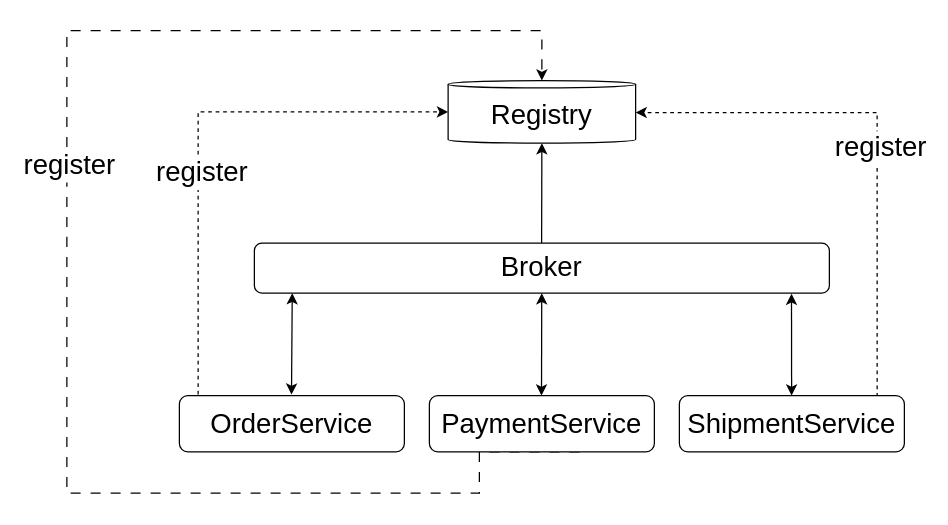
Before: src/images/soa/soa-example.drawio in Beleg-6-EAP/Belegarbeit, a draw.io diagram. Source tidied: cells renumbered, new cells numbered last; positions are measured from the earlier drawing's top-left corner, leaving out a move shared by most shapes. Both pictures are drawn from the tidied source at 125%, with x=0, y=0 at pixel (66, 30).
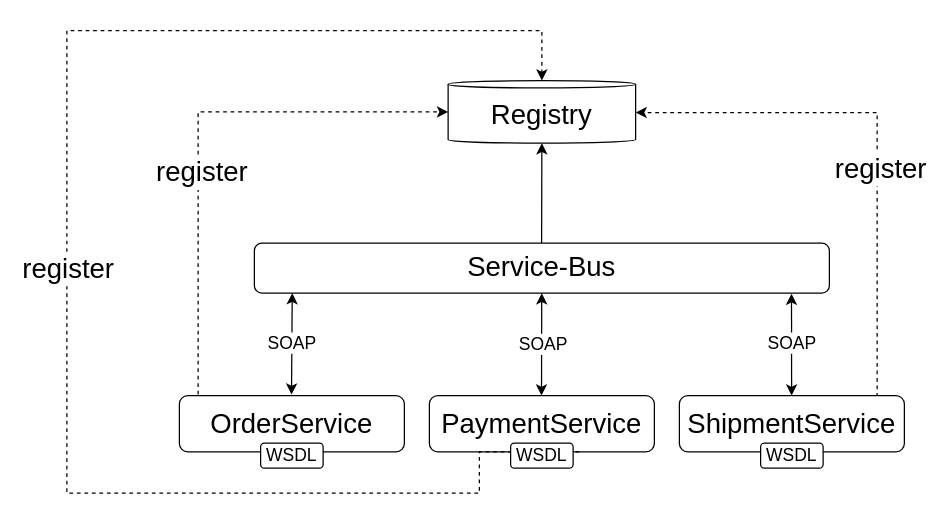
Above is the later version.

Unchanged cells that the change refers to:
```xml
<mxCell id="6" style="edgeStyle=orthogonalEdgeStyle;rounded=0;jettySize=auto;html=1;fontStyle=4;dashed=1;entryX=1.001;entryY=0.57;entryDx=0;entryDy=0;entryPerimeter=0;exitX=0.879;exitY=0.022;exitDx=0;exitDy=0;exitPerimeter=0;" parent="1" edge="1" source="14">
  <mxGeometry relative="1" as="geometry">
    <mxPoint x="455" y="65.5" as="targetPoint" />
    <Array as="points">
      <mxPoint x="648" y="66" />
    </Array>
  </mxGeometry>
</mxCell>
<mxCell id="12" style="endArrow=classic;startArrow=classic;html=1;rounded=0;entryX=0.084;entryY=0.976;entryDx=0;entryDy=0;entryPerimeter=0;exitX=0.223;exitY=-0.008;exitDx=0;exitDy=0;exitPerimeter=0;" parent="1" edge="1">
  <mxGeometry relative="1" as="geometry">
    <mxPoint x="579.8" y="292" as="sourcePoint" />
    <mxPoint x="579.7" y="210.4" as="targetPoint" />
  </mxGeometry>
</mxCell>
<mxCell id="13" value="&lt;font style=&quot;font-size: 22px;&quot;&gt;Registry&lt;/font&gt;" style="shape=cylinder3;whiteSpace=wrap;html=1;boundedLbl=1;backgroundOutline=1;size=2.9206542968748863;" parent="1" vertex="1">
  <mxGeometry x="305" y="40" width="150" height="50" as="geometry" />
</mxCell>
```

Change to the diagram source:
```diff
@@
-    <mxCell id="2" value="&lt;font style=&quot;font-size: 22px;&quot;&gt;Broker&lt;/font&gt;" style="rounded=1;whiteSpace=wrap;html=1;" parent="1" vertex="1">
+    <mxCell id="2" value="&lt;font style=&quot;font-size: 22px;&quot;&gt;Service-Bus&lt;/font&gt;" style="rounded=1;whiteSpace=wrap;html=1;" parent="1" vertex="1">
       <mxGeometry x="150" y="170" width="460" height="40" as="geometry" />
     </mxCell>
-    <mxCell id="3" style="edgeStyle=orthogonalEdgeStyle;rounded=0;jettySize=auto;html=1;dashed=1;dashPattern=8 8;endSize=6;jumpSize=8;entryX=0.5;entryY=0;entryDx=0;entryDy=0;entryPerimeter=0;" parent="1" edge="1" target="13">
-      <mxGeometry relative="1" as="geometry">
-        <mxPoint x="410" y="337" as="sourcePoint" />
-        <Array as="points">
-          <mxPoint x="330" y="337" />
-          <mxPoint x="330" y="370" />
-          <mxPoint y="370" />
-          <mxPoint />
-          <mxPoint x="380" />
-        </Array>
-      </mxGeometry>
-    </mxCell>
-    <mxCell id="4" value="register" style="edgeLabel;html=1;align=center;verticalAlign=middle;fontSize=22;" parent="3" vertex="1">
-      <mxGeometry x="0.16" y="1" relative="1" as="geometry">
-        <mxPoint x="2" y="9" as="offset" />
-      </mxGeometry>
-    </mxCell>
@@
     <mxCell id="7" value="register" style="edgeLabel;html=1;align=center;verticalAlign=middle;fontSize=22;" parent="6" vertex="1">
       <mxGeometry x="-0.18" y="-2" relative="1" as="geometry">
-        <mxPoint y="-27" as="offset" />
+        <mxPoint y="-10" as="offset" />
       </mxGeometry>
     </mxCell>
@@
-    <mxCell id="10" style="endArrow=classic;startArrow=classic;html=1;rounded=0;entryX=0.144;entryY=1.063;entryDx=0;entryDy=0;entryPerimeter=0;exitX=0.777;exitY=-0.017;exitDx=0;exitDy=0;exitPerimeter=0;" parent="1" edge="1">
+    <mxCell id="10" value="&lt;font style=&quot;font-size: 14px;&quot;&gt;SOAP&lt;/font&gt;" style="endArrow=classic;startArrow=classic;html=1;rounded=0;entryX=0.144;entryY=1.063;entryDx=0;entryDy=0;entryPerimeter=0;exitX=0.777;exitY=-0.017;exitDx=0;exitDy=0;exitPerimeter=0;" parent="1" edge="1">
       <mxGeometry relative="1" as="geometry">
         <mxPoint x="179.7" y="291.2" as="sourcePoint" />
         <mxPoint x="180.3" y="210" as="targetPoint" />
       </mxGeometry>
     </mxCell>
@@
+    <mxCell id="17" value="SOAP" style="edgeLabel;html=1;align=center;verticalAlign=middle;fontSize=14;" parent="12" vertex="1">
+      <mxGeometry x="0.05" y="4" relative="1" as="geometry">
+        <mxPoint x="4" as="offset" />
+      </mxGeometry>
+    </mxCell>
@@
+    <mxCell id="18" value="WSDL" style="rounded=1;whiteSpace=wrap;html=1;fontSize=14;" parent="1" vertex="1">
+      <mxGeometry x="155" y="330" width="50" height="20" as="geometry" />
+    </mxCell>
+    <mxCell id="19" style="edgeStyle=orthogonalEdgeStyle;rounded=0;jettySize=auto;html=1;dashed=1;endSize=6;jumpSize=8;entryX=0.5;entryY=0;entryDx=0;entryDy=0;entryPerimeter=0;" parent="1" edge="1" target="13">
+      <mxGeometry relative="1" as="geometry">
+        <mxPoint x="410" y="337" as="sourcePoint" />
+        <Array as="points">
+          <mxPoint x="330" y="337" />
+          <mxPoint x="330" y="370" />
+          <mxPoint y="370" />
+          <mxPoint />
+          <mxPoint x="380" />
+        </Array>
+      </mxGeometry>
+    </mxCell>
+    <mxCell id="20" value="SOAP" style="edgeLabel;html=1;align=center;verticalAlign=middle;fontSize=14;" parent="19" vertex="1">
+      <mxGeometry x="0.9" y="-1" relative="1" as="geometry">
+        <mxPoint x="22" y="249" as="offset" />
+      </mxGeometry>
+    </mxCell>
+    <mxCell id="4" value="&lt;span style=&quot;font-size: 22px;&quot;&gt;register&lt;/span&gt;" style="edgeLabel;html=1;align=center;verticalAlign=middle;" parent="19" vertex="1">
+      <mxGeometry x="-0.17" y="2" relative="1" as="geometry">
+        <mxPoint x="2" y="-111" as="offset" />
+      </mxGeometry>
+    </mxCell>
+    <mxCell id="21" value="WSDL" style="rounded=1;whiteSpace=wrap;html=1;fontSize=14;" parent="1" vertex="1">
+      <mxGeometry x="355" y="330" width="50" height="20" as="geometry" />
+    </mxCell>
+    <mxCell id="22" value="WSDL" style="rounded=1;whiteSpace=wrap;html=1;fontSize=14;" parent="1" vertex="1">
+      <mxGeometry x="555" y="330" width="50" height="20" as="geometry" />
+    </mxCell>
```
